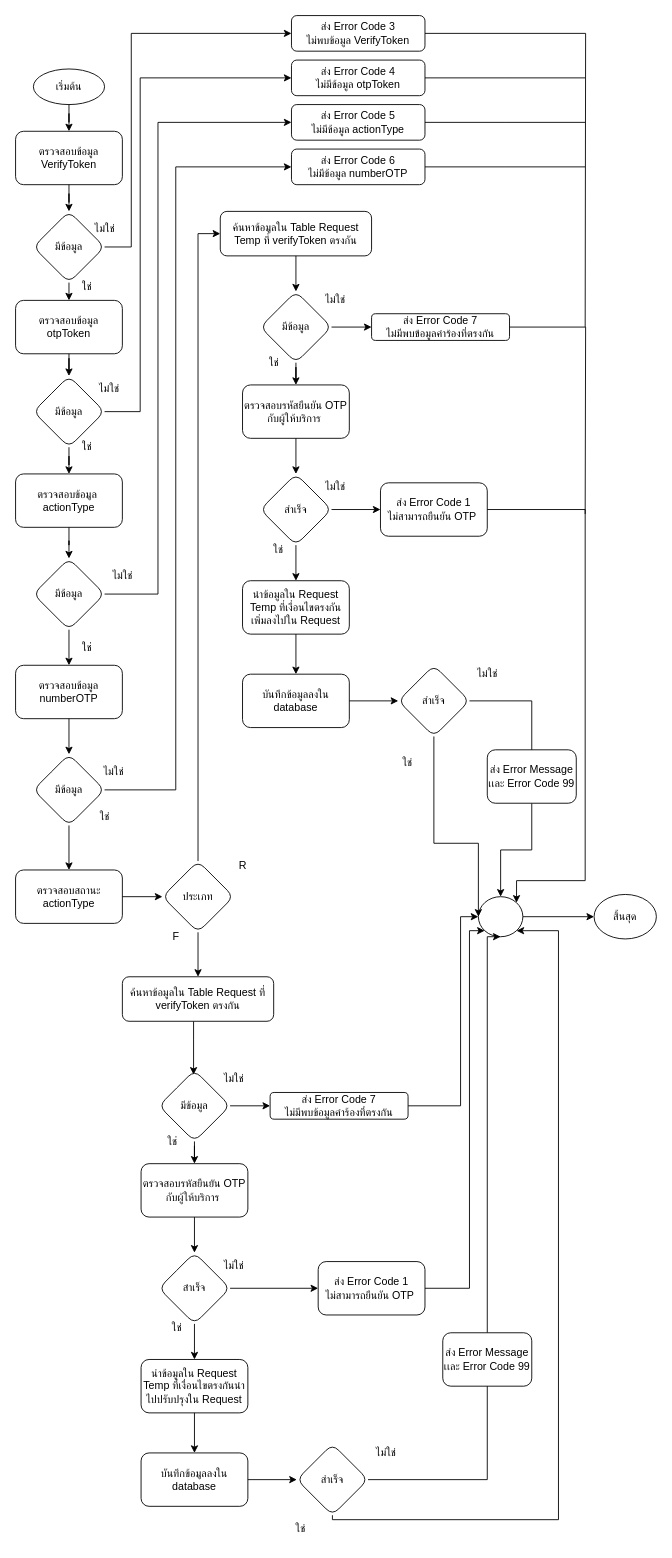
The draw.io diagram verifyOTPByEmail.drawio in charifrodmanee/charifrodmanee, before the edit. Source tidied: cells renumbered, new cells numbered last; positions are measured from the earlier drawing's top-left corner, leaving out a move shared by most shapes. Both pictures are drawn from the tidied source at 89%, with x=0, y=0 at pixel (15, 15).
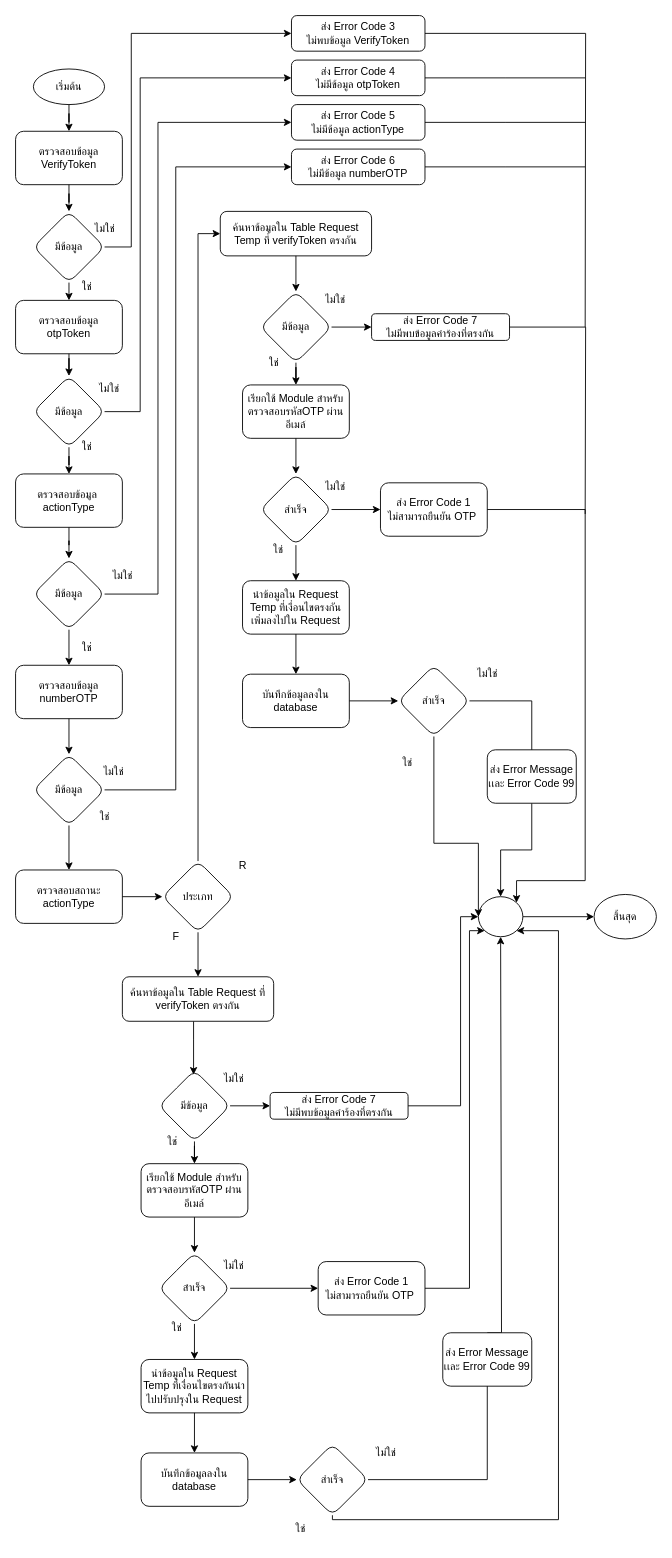
Above is the later version.

Unchanged cells that the change refers to:
```xml
<mxCell id="2" style="group;" parent="1" vertex="1">
  <mxGeometry width="720" height="1715" as="geometry" />
</mxCell>
<mxCell id="70" style="ellipse;whiteSpace=wrap;html=1;" parent="2" vertex="1">
  <mxGeometry x="520" y="990" width="50" height="45" as="geometry" />
</mxCell>
<mxCell id="104" value="ส่ง Error Message เเละ Error Code 99" style="whiteSpace=wrap;html=1;rounded=1;" parent="2" vertex="1">
  <mxGeometry x="480" y="1480" width="100" height="60" as="geometry" />
</mxCell>
```

Change to the diagram source:
```diff
@@
-    <mxCell id="51" value="ตรวจสอบรหัสยืนยัน OTP กับผู้ให้บริการ&amp;nbsp;" style="whiteSpace=wrap;html=1;rounded=1;" parent="2" vertex="1">
+    <mxCell id="51" value="เรียกใช้ Module สำหรับตรวจสอบรหัสOTP ผ่านอีเมล์" style="whiteSpace=wrap;html=1;rounded=1;" parent="2" vertex="1">
       <mxGeometry x="255" y="415" width="120" height="60" as="geometry" />
     </mxCell>
@@
-    <mxCell id="82" value="ตรวจสอบรหัสยืนยัน OTP กับผู้ให้บริการ&amp;nbsp;" style="whiteSpace=wrap;html=1;rounded=1;" parent="2" vertex="1">
+    <mxCell id="82" value="เรียกใช้ Module สำหรับตรวจสอบรหัสOTP ผ่านอีเมล์" style="whiteSpace=wrap;html=1;rounded=1;" parent="2" vertex="1">
       <mxGeometry x="141" y="1290" width="120" height="60" as="geometry" />
     </mxCell>
@@
     <mxCell id="103" style="edgeStyle=orthogonalEdgeStyle;rounded=0;jettySize=auto;html=1;entryX=0.5;entryY=1;entryDx=0;entryDy=0;exitX=0.5;exitY=0;exitDx=0;exitDy=0;" parent="2" edge="1" source="104" target="70">
       <mxGeometry relative="1" as="geometry">
         <Array as="points">
-          <mxPoint x="530" y="1035" />
+          <mxPoint x="546" y="1480" />
         </Array>
       </mxGeometry>
     </mxCell>
```
